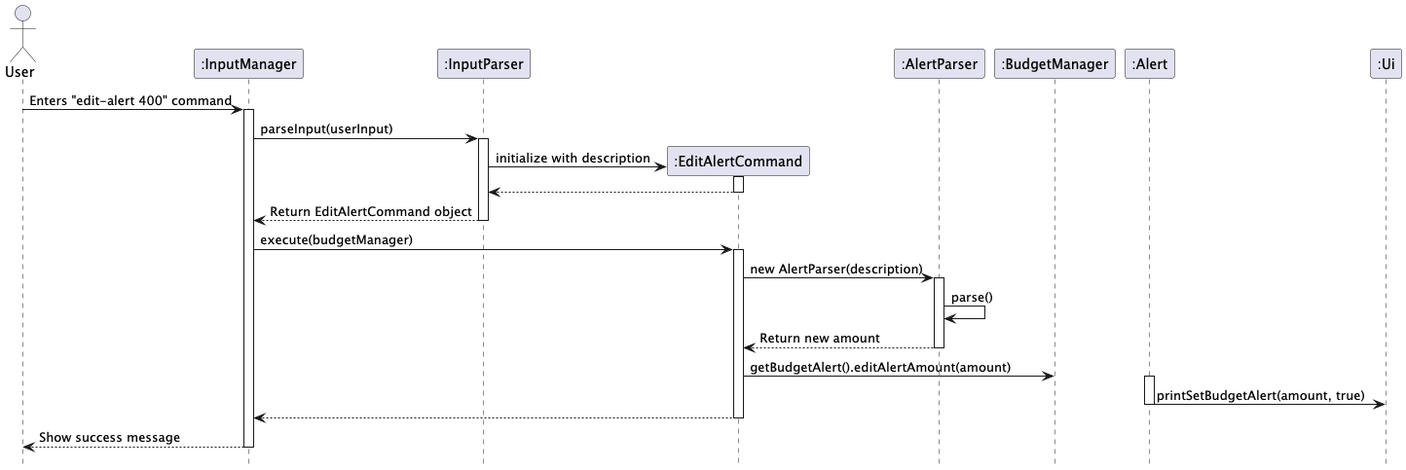
Before: docs/diagrams/EditAlertSequenceDiagram.png, a diagram exported from PlantUML (AY2425S2-CS2113-T12-4/tp). Its source is kept beside it as docs/diagrams/EditAlertSequenceDiagram.puml. Its diagram source:
```plantuml
@startuml
hide circle
skinparam classAttributeIconSize 0
hide footbox
actor User
participant ":InputManager" as IM
participant ":InputParser" as IP
participant ":EditAlertCommand" as EAC
participant ":AlertParser" as AP
participant ":BudgetManager" as BM
participant ":Alert" as A
participant ":Ui" as UI

User -> IM: Enters "edit-alert 400" command
activate IM
IM -> IP: parseInput(userInput)
activate IP
create EAC
IP -> EAC: initialize with description
activate EAC
EAC --> IP
deactivate EAC
IP --> IM: Return EditAlertCommand object
deactivate IP

IM -> EAC: execute(budgetManager)
activate EAC
EAC -> AP: new AlertParser(description)
activate AP
AP -> AP: parse()
AP --> EAC: Return new amount
deactivate AP
EAC -> BM: getBudgetAlert().editAlertAmount(amount)
activate A
A -> UI: printSetBudgetAlert(amount, true)
deactivate A
EAC --> IM
deactivate EAC
IM --> User: Show success message
deactivate IM
@enduml
```
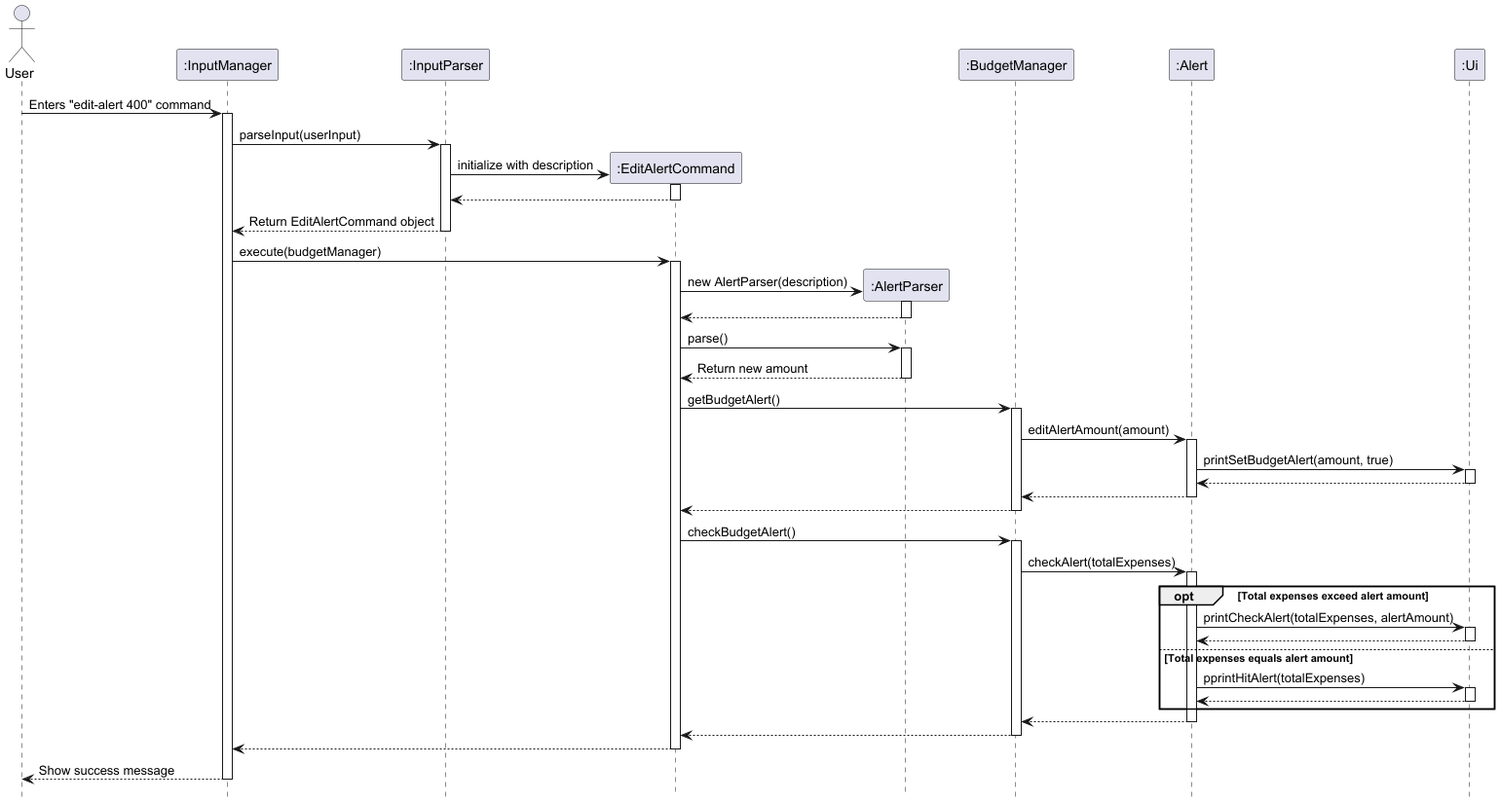
The same file after the commit.

The edit, as a diff of the source:
```diff
@@ -25,14 +25,47 @@
 
 IM -> EAC: execute(budgetManager)
 activate EAC
+create AP
 EAC -> AP: new AlertParser(description)
 activate AP
-AP -> AP: parse()
+AP-->EAC
+deactivate AP
+EAC -> AP: parse()
+activate AP
 AP --> EAC: Return new amount
 deactivate AP
-EAC -> BM: getBudgetAlert().editAlertAmount(amount)
+EAC -> BM: getBudgetAlert()
+activate BM
+BM -> A: editAlertAmount(amount)
 activate A
 A -> UI: printSetBudgetAlert(amount, true)
+activate UI
+UI --> A
+deactivate UI
+A--> BM
+deactivate A
+BM--> EAC
+deactivate BM
+EAC -> BM: checkBudgetAlert()
+activate BM
+BM -> A:checkAlert(totalExpenses)
+activate A
+opt Total expenses exceed alert amount
+A -> UI: printCheckAlert(totalExpenses, alertAmount)
+activate UI
+UI --> A
+deactivate UI
+else Total expenses equals alert amount
+A -> UI: pprintHitAlert(totalExpenses)
+activate UI
+UI --> A
+deactivate UI
+end
+A --> BM
+deactivate A
+BM--> EAC
+deactivate BM
+
 deactivate A
 EAC --> IM
 deactivate EAC
```
